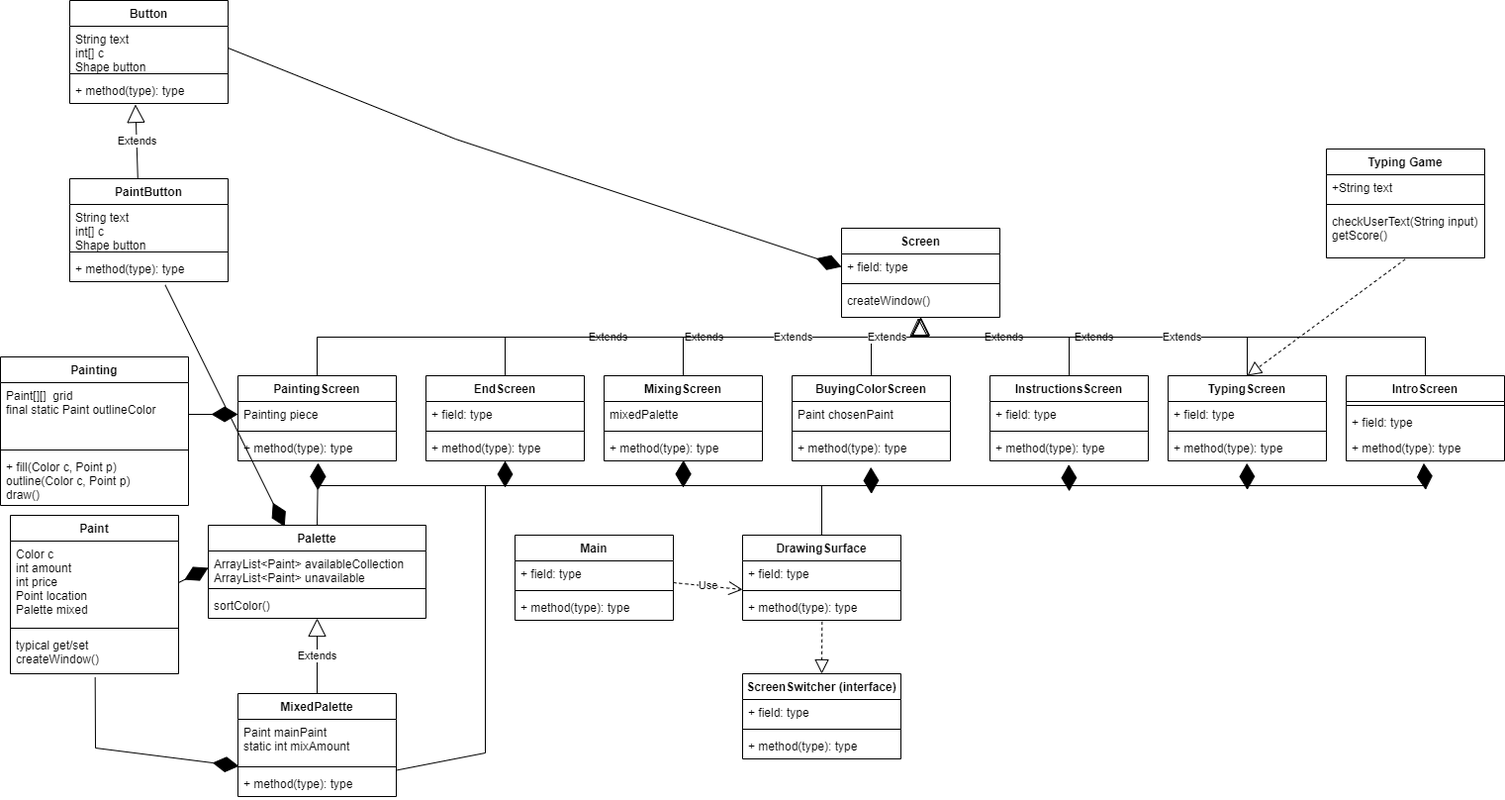
This is CapstoneProject/doc/TeamUML.drawio.png from HHSAPCompSci2021/capstoneproject-capstone-julia-mira-alex-roadsafety, a draw.io export, as it was before one commit. Source tidied: cells renumbered, new cells last; positions are measured from the earlier drawing's top-left corner, leaving out a move shared by most shapes.
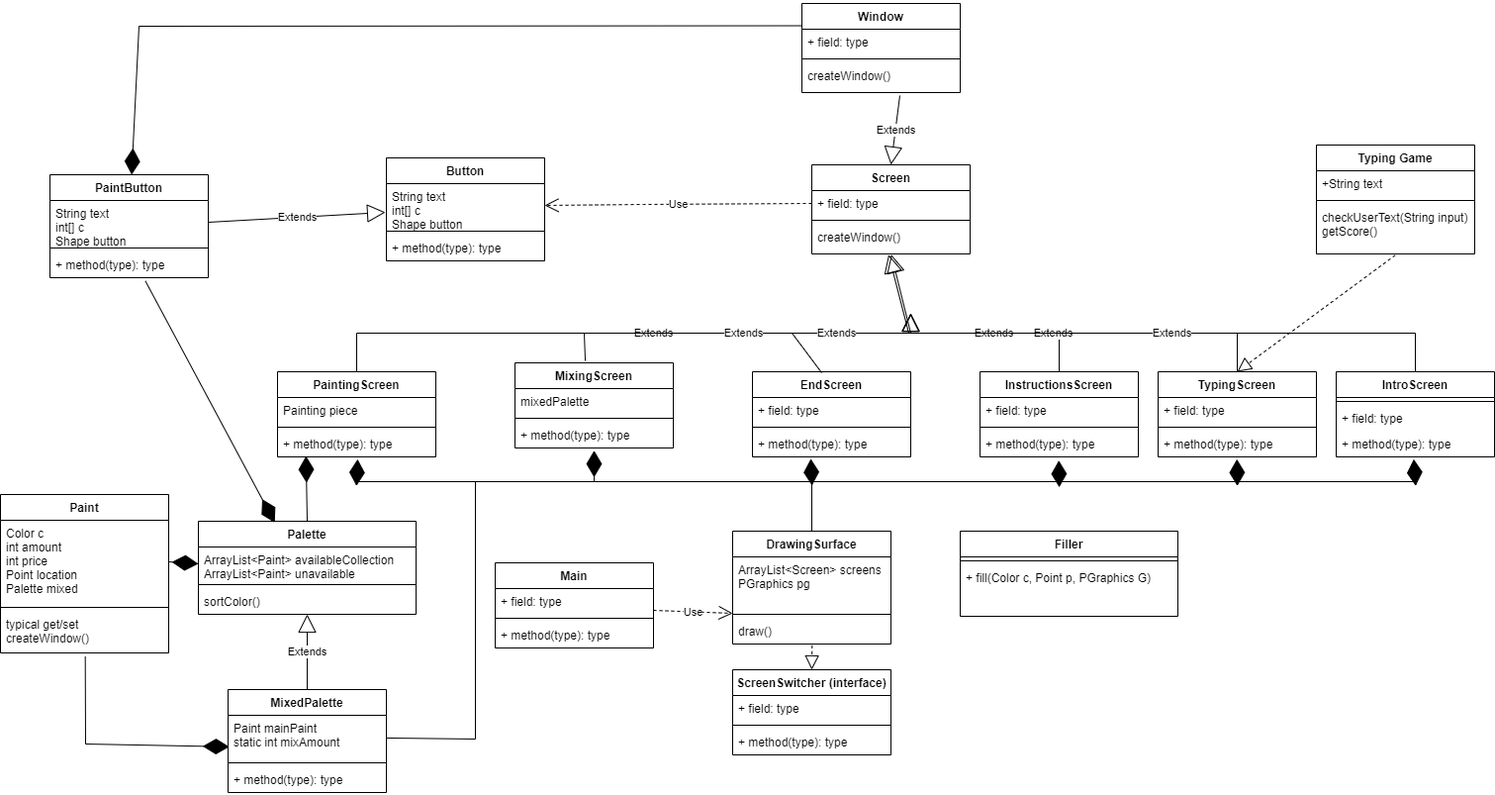
After the change.

Commit message:
updated uml and messed with stroke width to mixed results

The edit, as a diff of the source:
```diff
@@ -17,3 +17,3 @@
     <mxCell id="6" value="EndScreen" style="swimlane;fontStyle=1;align=center;verticalAlign=top;horizontal=1;startSize=26;" parent="1" vertex="1">
-      <mxGeometry x="430" y="379" width="160" height="86" as="geometry" />
+      <mxGeometry x="770" y="379" width="160" height="86" as="geometry" />
     </mxCell>
@@ -41,3 +41,3 @@
     <mxCell id="14" value="PaintingScreen" style="swimlane;fontStyle=1;align=center;verticalAlign=top;horizontal=1;startSize=26;" parent="1" vertex="1">
-      <mxGeometry x="240" y="379" width="160" height="86" as="geometry" />
+      <mxGeometry x="290" y="379" width="160" height="86" as="geometry" />
     </mxCell>
@@ -53,3 +53,3 @@
     <mxCell id="18" value="MixingScreen" style="swimlane;fontStyle=1;align=center;verticalAlign=top;horizontal=1;startSize=26;" parent="1" vertex="1">
-      <mxGeometry x="610" y="379" width="160" height="86" as="geometry" />
+      <mxGeometry x="530" y="370" width="160" height="86" as="geometry" />
     </mxCell>
@@ -89,3 +89,3 @@
     <mxCell id="30" value="Main" style="swimlane;fontStyle=1;align=center;verticalAlign=top;horizontal=1;startSize=26;" parent="1" vertex="1">
-      <mxGeometry x="520" y="540" width="160" height="86" as="geometry" />
+      <mxGeometry x="510" y="572" width="160" height="86" as="geometry" />
     </mxCell>
@@ -112,28 +112,16 @@
     </mxCell>
-    <mxCell id="38" value="BuyingColorScreen" style="swimlane;fontStyle=1;align=center;verticalAlign=top;horizontal=1;startSize=26;" parent="1" vertex="1">
-      <mxGeometry x="800" y="379" width="160" height="86" as="geometry" />
-    </mxCell>
-    <mxCell id="39" value="Paint chosenPaint" style="text;strokeColor=none;fillColor=none;align=left;verticalAlign=top;spacingLeft=4;spacingRight=4;overflow=hidden;" parent="38" vertex="1">
-      <mxGeometry y="26" width="160" height="26" as="geometry" />
-    </mxCell>
-    <mxCell id="40" style="line;strokeWidth=1;fillColor=none;align=left;verticalAlign=middle;spacingTop=-1;spacingLeft=3;spacingRight=3;labelPosition=right;" parent="38" vertex="1">
-      <mxGeometry y="52" width="160" height="8" as="geometry" />
-    </mxCell>
-    <mxCell id="41" value="+ method(type): type" style="text;strokeColor=none;fillColor=none;align=left;verticalAlign=top;spacingLeft=4;spacingRight=4;overflow=hidden;points=[[0,0.5],[1,0.5]];portConstraint=eastwest;" parent="38" vertex="1">
-      <mxGeometry y="60" width="160" height="26" as="geometry" />
-    </mxCell>
     <mxCell id="42" value="DrawingSurface" style="swimlane;fontStyle=1;align=center;verticalAlign=top;horizontal=1;startSize=26;" parent="1" vertex="1">
-      <mxGeometry x="750" y="540" width="160" height="86" as="geometry" />
+      <mxGeometry x="750" y="540" width="160" height="114" as="geometry" />
     </mxCell>
-    <mxCell id="43" value="+ field: type" style="text;strokeColor=none;fillColor=none;align=left;verticalAlign=top;spacingLeft=4;spacingRight=4;overflow=hidden;" parent="42" vertex="1">
-      <mxGeometry y="26" width="160" height="26" as="geometry" />
+    <mxCell id="43" value="ArrayList&lt;Screen&gt; screens&#10;PGraphics pg  " style="text;strokeColor=none;fillColor=none;align=left;verticalAlign=top;spacingLeft=4;spacingRight=4;overflow=hidden;" parent="42" vertex="1">
+      <mxGeometry y="26" width="160" height="54" as="geometry" />
     </mxCell>
     <mxCell id="44" style="line;strokeWidth=1;fillColor=none;align=left;verticalAlign=middle;spacingTop=-1;spacingLeft=3;spacingRight=3;labelPosition=right;" parent="42" vertex="1">
-      <mxGeometry y="52" width="160" height="8" as="geometry" />
+      <mxGeometry y="80" width="160" height="8" as="geometry" />
     </mxCell>
-    <mxCell id="45" value="+ method(type): type" style="text;strokeColor=none;fillColor=none;align=left;verticalAlign=top;spacingLeft=4;spacingRight=4;overflow=hidden;points=[[0,0.5],[1,0.5]];portConstraint=eastwest;" parent="42" vertex="1">
-      <mxGeometry y="60" width="160" height="26" as="geometry" />
+    <mxCell id="45" value="draw()" style="text;strokeColor=none;fillColor=none;align=left;verticalAlign=top;spacingLeft=4;spacingRight=4;overflow=hidden;points=[[0,0.5],[1,0.5]];portConstraint=eastwest;" parent="42" vertex="1">
+      <mxGeometry y="88" width="160" height="26" as="geometry" />
     </mxCell>
     <mxCell id="46" value="Screen" style="swimlane;fontStyle=1;align=center;verticalAlign=top;horizontal=1;startSize=26;" parent="1" vertex="1">
-      <mxGeometry x="850" y="230" width="160" height="90" as="geometry" />
+      <mxGeometry x="830" y="170" width="160" height="90" as="geometry" />
     </mxCell>
@@ -148,16 +136,13 @@
     </mxCell>
-    <mxCell id="50" value="Painting" style="swimlane;fontStyle=1;align=center;verticalAlign=top;horizontal=1;startSize=26;" parent="1" vertex="1">
-      <mxGeometry y="360" width="190" height="150" as="geometry" />
+    <mxCell id="50" value="Filler" style="swimlane;fontStyle=1;align=center;verticalAlign=top;horizontal=1;startSize=26;" parent="1" vertex="1">
+      <mxGeometry x="980" y="540" width="220" height="86" as="geometry" />
     </mxCell>
-    <mxCell id="51" value="Paint[][]  grid&#10;final static Paint outlineColor " style="text;strokeColor=none;fillColor=none;align=left;verticalAlign=top;spacingLeft=4;spacingRight=4;overflow=hidden;points=[[0,0.5],[1,0.5]];portConstraint=eastwest;" parent="50" vertex="1">
-      <mxGeometry y="26" width="190" height="64" as="geometry" />
-    </mxCell>
     <mxCell id="52" style="line;strokeWidth=1;fillColor=none;align=left;verticalAlign=middle;spacingTop=-1;spacingLeft=3;spacingRight=3;labelPosition=right;" parent="50" vertex="1">
-      <mxGeometry y="90" width="190" height="8" as="geometry" />
+      <mxGeometry y="26" width="220" height="8" as="geometry" />
     </mxCell>
-    <mxCell id="53" value="+ fill(Color c, Point p)&#10;outline(Color c, Point p)&#10;draw() &#10; " style="text;strokeColor=none;fillColor=none;align=left;verticalAlign=top;spacingLeft=4;spacingRight=4;overflow=hidden;" parent="50" vertex="1">
-      <mxGeometry y="98" width="190" height="52" as="geometry" />
+    <mxCell id="53" value="+ fill(Color c, Point p, PGraphics G)&#10; " style="text;strokeColor=none;fillColor=none;align=left;verticalAlign=top;spacingLeft=4;spacingRight=4;overflow=hidden;" parent="50" vertex="1">
+      <mxGeometry y="34" width="220" height="52" as="geometry" />
     </mxCell>
     <mxCell id="54" value="Paint" style="swimlane;fontStyle=1;align=center;verticalAlign=top;horizontal=1;startSize=26;" parent="1" vertex="1">
-      <mxGeometry x="10" y="520" width="170" height="160" as="geometry" />
+      <mxGeometry x="10" y="503" width="170" height="160" as="geometry" />
     </mxCell>
@@ -194,3 +179,3 @@
           <mxPoint x="830" y="490" />
-          <mxPoint x="321" y="490" />
+          <mxPoint x="370" y="490" />
         </Array>
@@ -216,3 +201,3 @@
         <Array as="points">
-          <mxPoint x="320" y="340" />
+          <mxPoint x="370" y="340" />
           <mxPoint x="928" y="340" />
@@ -221,3 +206,3 @@
     </mxCell>
-    <mxCell id="71" value="Extends" style="endArrow=block;endSize=16;endFill=0;html=1;rounded=0;exitX=0.5;exitY=0;exitDx=0;exitDy=0;" parent="1" edge="1" source="6">
+    <mxCell id="71" value="Extends" style="endArrow=block;endSize=16;endFill=0;html=1;rounded=0;exitX=0.444;exitY=-0.023;exitDx=0;exitDy=0;exitPerimeter=0;" parent="1" edge="1" source="18">
       <mxGeometry relative="1" as="geometry">
@@ -225,3 +210,4 @@
         <Array as="points">
-          <mxPoint x="510" y="340" />
+          <mxPoint x="600" y="340" />
+          <mxPoint x="610" y="340" />
           <mxPoint x="930" y="340" />
@@ -230,7 +216,8 @@
     </mxCell>
-    <mxCell id="72" value="Extends" style="endArrow=block;endSize=16;endFill=0;html=1;rounded=0;exitX=0.5;exitY=0;exitDx=0;exitDy=0;" parent="1" edge="1" source="18">
+    <mxCell id="72" value="Extends" style="endArrow=block;endSize=16;endFill=0;html=1;rounded=0;" parent="1" edge="1">
       <mxGeometry relative="1" as="geometry">
+        <mxPoint x="840" y="380" as="sourcePoint" />
         <mxPoint x="930" y="320" as="targetPoint" />
         <Array as="points">
-          <mxPoint x="690" y="340" />
+          <mxPoint x="810" y="340" />
           <mxPoint x="930" y="340" />
@@ -239,11 +226,2 @@
     </mxCell>
-    <mxCell id="73" value="Extends" style="endArrow=block;endSize=16;endFill=0;html=1;rounded=0;exitX=0.5;exitY=0;exitDx=0;exitDy=0;" parent="1" edge="1" source="38">
-      <mxGeometry relative="1" as="geometry">
-        <mxPoint x="930" y="320" as="targetPoint" />
-        <Array as="points">
-          <mxPoint x="880" y="340" />
-          <mxPoint x="930" y="340" />
-        </Array>
-      </mxGeometry>
-    </mxCell>
     <mxCell id="74" value="Extends" style="endArrow=block;endSize=16;endFill=0;html=1;rounded=0;exitX=0.5;exitY=0;exitDx=0;exitDy=0;" parent="1" edge="1" source="22">
@@ -271,19 +249,3 @@
     </mxCell>
-    <mxCell id="78" style="endArrow=diamondThin;endFill=1;endSize=24;html=1;rounded=0;exitX=0.5;exitY=0;exitDx=0;exitDy=0;" parent="1" edge="1" source="42" target="9">
-      <mxGeometry relative="1" as="geometry">
-        <Array as="points">
-          <mxPoint x="830" y="490" />
-          <mxPoint x="510" y="490" />
-        </Array>
-      </mxGeometry>
-    </mxCell>
-    <mxCell id="79" style="endArrow=diamondThin;endFill=1;endSize=24;html=1;rounded=0;exitX=0.5;exitY=0;exitDx=0;exitDy=0;" parent="1" edge="1" source="42" target="21">
-      <mxGeometry relative="1" as="geometry">
-        <Array as="points">
-          <mxPoint x="830" y="490" />
-          <mxPoint x="690" y="490" />
-        </Array>
-      </mxGeometry>
-    </mxCell>
-    <mxCell id="80" style="endArrow=diamondThin;endFill=1;endSize=24;html=1;rounded=0;exitX=0.5;exitY=0;exitDx=0;exitDy=0;entryX=0.498;entryY=1.244;entryDx=0;entryDy=0;entryPerimeter=0;" parent="1" edge="1" source="42" target="41">
+    <mxCell id="80" style="endArrow=diamondThin;endFill=1;endSize=24;html=1;rounded=0;exitX=0.5;exitY=0;exitDx=0;exitDy=0;entryX=0.369;entryY=1.077;entryDx=0;entryDy=0;entryPerimeter=0;" parent="1" edge="1" source="42" target="9">
       <mxGeometry relative="1" as="geometry">
@@ -291,3 +253,2 @@
           <mxPoint x="830" y="490" />
-          <mxPoint x="880" y="490" />
         </Array>
@@ -303,5 +264,2 @@
     </mxCell>
-    <mxCell id="82" style="endArrow=diamondThin;endFill=1;endSize=24;html=1;rounded=0;exitX=1;exitY=0.5;exitDx=0;exitDy=0;entryX=0;entryY=0.5;entryDx=0;entryDy=0;" parent="1" edge="1" source="51" target="15">
-      <mxGeometry relative="1" as="geometry" />
-    </mxCell>
     <mxCell id="83" style="endArrow=diamondThin;endFill=1;endSize=24;html=1;rounded=0;exitX=0.5;exitY=0;exitDx=0;exitDy=0;entryX=0.498;entryY=1.141;entryDx=0;entryDy=0;entryPerimeter=0;" parent="1" edge="1" source="42" target="25">
@@ -314,11 +272,11 @@
     </mxCell>
-    <mxCell id="84" style="endArrow=diamondThin;endFill=1;endSize=24;html=1;rounded=0;entryX=0.506;entryY=1.09;entryDx=0;entryDy=0;entryPerimeter=0;exitX=0.5;exitY=0;exitDx=0;exitDy=0;" parent="1" edge="1" source="34" target="17">
+    <mxCell id="84" style="endArrow=diamondThin;endFill=1;endSize=24;html=1;rounded=0;exitX=0.5;exitY=0;exitDx=0;exitDy=0;entryX=0.18;entryY=0.969;entryDx=0;entryDy=0;entryPerimeter=0;" parent="1" edge="1" source="34" target="17">
       <mxGeometry relative="1" as="geometry" />
     </mxCell>
-    <mxCell id="85" style="endArrow=diamondThin;endFill=1;endSize=24;html=1;rounded=0;exitX=1.006;exitY=-0.026;exitDx=0;exitDy=0;exitPerimeter=0;entryX=0.502;entryY=0.987;entryDx=0;entryDy=0;entryPerimeter=0;" parent="1" edge="1" source="61" target="21">
+    <mxCell id="85" style="endArrow=diamondThin;endFill=1;endSize=24;html=1;rounded=0;entryX=0.5;entryY=1.1;entryDx=0;entryDy=0;entryPerimeter=0;" parent="1" edge="1" source="59" target="21">
       <mxGeometry relative="1" as="geometry">
         <Array as="points">
-          <mxPoint x="490" y="760" />
+          <mxPoint x="490" y="750" />
           <mxPoint x="490" y="490" />
-          <mxPoint x="690" y="490" />
+          <mxPoint x="610" y="490" />
         </Array>
@@ -326,3 +284,3 @@
     </mxCell>
-    <mxCell id="86" style="endArrow=diamondThin;endFill=1;endSize=24;html=1;rounded=0;exitX=0.504;exitY=1.09;exitDx=0;exitDy=0;exitPerimeter=0;entryX=0.006;entryY=-0.179;entryDx=0;entryDy=0;entryPerimeter=0;" parent="1" edge="1" source="57" target="61">
+    <mxCell id="86" style="endArrow=diamondThin;endFill=1;endSize=24;html=1;rounded=0;exitX=0.504;exitY=1.09;exitDx=0;exitDy=0;exitPerimeter=0;entryX=0.008;entryY=0.723;entryDx=0;entryDy=0;entryPerimeter=0;" parent="1" edge="1" source="57" target="59">
       <mxGeometry relative="1" as="geometry">
@@ -338,2 +296,3 @@
           <mxPoint x="830" y="490" />
+          <mxPoint x="890" y="490" />
           <mxPoint x="1440" y="490" />
@@ -353,3 +312,3 @@
     <mxCell id="89" value="Button" style="swimlane;fontStyle=1;align=center;verticalAlign=top;horizontal=1;startSize=26;" parent="1" vertex="1">
-      <mxGeometry x="70" width="160" height="104" as="geometry" />
+      <mxGeometry x="400" y="163" width="160" height="104" as="geometry" />
     </mxCell>
@@ -365,3 +324,3 @@
     <mxCell id="93" value="PaintButton" style="swimlane;fontStyle=1;align=center;verticalAlign=top;horizontal=1;startSize=26;" parent="1" vertex="1">
-      <mxGeometry x="70" y="180" width="160" height="104" as="geometry" />
+      <mxGeometry x="60" y="180" width="160" height="104" as="geometry" />
     </mxCell>
@@ -376,12 +335,5 @@
     </mxCell>
-    <mxCell id="97" value="Extends" style="endArrow=block;endSize=16;endFill=0;html=1;rounded=0;entryX=0.415;entryY=1.038;entryDx=0;entryDy=0;entryPerimeter=0;exitX=0.43;exitY=0.002;exitDx=0;exitDy=0;exitPerimeter=0;" parent="1" edge="1" source="93" target="92">
+    <mxCell id="97" value="Extends" style="endArrow=block;endSize=16;endFill=0;html=1;rounded=0;entryX=-0.006;entryY=0.659;entryDx=0;entryDy=0;entryPerimeter=0;exitX=1;exitY=0.5;exitDx=0;exitDy=0;" parent="1" edge="1" source="94" target="90">
       <mxGeometry relative="1" as="geometry" />
     </mxCell>
-    <mxCell id="98" style="endArrow=diamondThin;endFill=1;endSize=24;html=1;rounded=0;entryX=0;entryY=0.5;entryDx=0;entryDy=0;exitX=1;exitY=0.5;exitDx=0;exitDy=0;" parent="1" edge="1" source="90" target="47">
-      <mxGeometry relative="1" as="geometry">
-        <Array as="points">
-          <mxPoint x="460" y="140" />
-        </Array>
-      </mxGeometry>
-    </mxCell>
     <mxCell id="99" style="endArrow=diamondThin;endFill=1;endSize=24;html=1;rounded=0;exitX=0.603;exitY=1.131;exitDx=0;exitDy=0;exitPerimeter=0;entryX=0.351;entryY=0.015;entryDx=0;entryDy=0;entryPerimeter=0;" parent="1" edge="1" source="96" target="34">
@@ -389,2 +341,36 @@
     </mxCell>
+    <mxCell id="100" value="Window" style="swimlane;fontStyle=1;align=center;verticalAlign=top;horizontal=1;startSize=26;" parent="1" vertex="1">
+      <mxGeometry x="820" y="7" width="160" height="90" as="geometry" />
+    </mxCell>
+    <mxCell id="101" value="+ field: type" style="text;strokeColor=none;fillColor=none;align=left;verticalAlign=top;spacingLeft=4;spacingRight=4;overflow=hidden;" parent="100" vertex="1">
+      <mxGeometry y="26" width="160" height="26" as="geometry" />
+    </mxCell>
+    <mxCell id="40" style="line;strokeWidth=1;fillColor=none;align=left;verticalAlign=middle;spacingTop=-1;spacingLeft=3;spacingRight=3;labelPosition=right;" parent="100" vertex="1">
+      <mxGeometry y="52" width="160" height="8" as="geometry" />
+    </mxCell>
+    <mxCell id="102" value="createWindow() " style="text;strokeColor=none;fillColor=none;align=left;verticalAlign=top;spacingLeft=4;spacingRight=4;overflow=hidden;" parent="100" vertex="1">
+      <mxGeometry y="60" width="160" height="30" as="geometry" />
+    </mxCell>
+    <mxCell id="73" value="Extends" style="endArrow=block;endSize=16;endFill=0;html=1;rounded=0;entryX=0.5;entryY=0;entryDx=0;entryDy=0;" parent="1" edge="1" target="46">
+      <mxGeometry relative="1" as="geometry">
+        <mxPoint x="919" y="100" as="sourcePoint" />
+        <Array as="points">
+          <mxPoint x="919" y="100" />
+        </Array>
+      </mxGeometry>
+    </mxCell>
+    <mxCell id="103" style="endArrow=diamondThin;endFill=1;endSize=24;html=1;rounded=0;exitX=0;exitY=0.25;exitDx=0;exitDy=0;" parent="1" edge="1" source="100" target="93">
+      <mxGeometry relative="1" as="geometry">
+        <Array as="points">
+          <mxPoint x="150" y="30" />
+        </Array>
+      </mxGeometry>
+    </mxCell>
+    <mxCell id="104" value="Use" style="endArrow=open;endSize=12;dashed=1;html=1;rounded=0;exitX=0;exitY=0.5;exitDx=0;exitDy=0;entryX=1;entryY=0.5;entryDx=0;entryDy=0;" parent="1" edge="1" source="47" target="90">
+      <mxGeometry relative="1" as="geometry">
+        <Array as="points">
+          <mxPoint x="660" y="210" />
+        </Array>
+      </mxGeometry>
+    </mxCell>
   </root>
```
